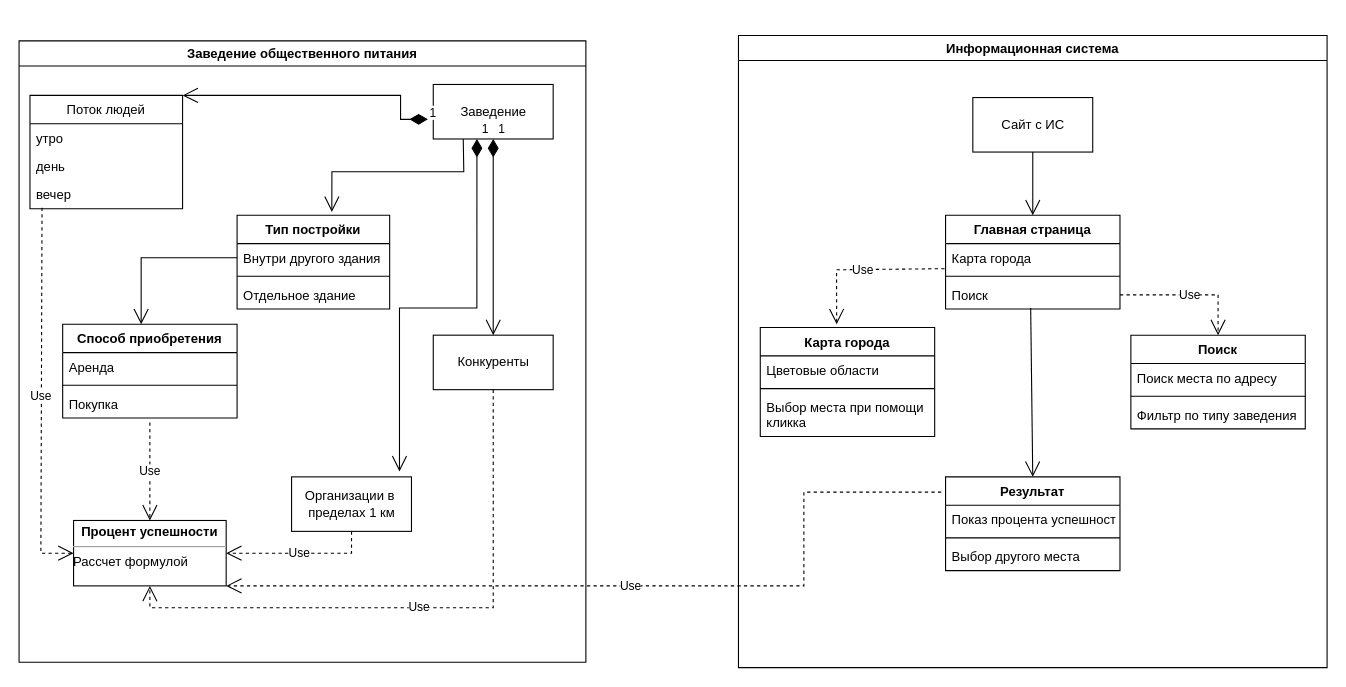
This is Модель предметной области.drawio from elmirhismatov/Diplom, a draw.io file, before an edit. Source tidied: cells renumbered, new cells numbered last; positions are measured from the earlier drawing's top-left corner, leaving out a move shared by most shapes. Both pictures are drawn from the tidied source at 109%, with x=0, y=0 at pixel (19, 35).
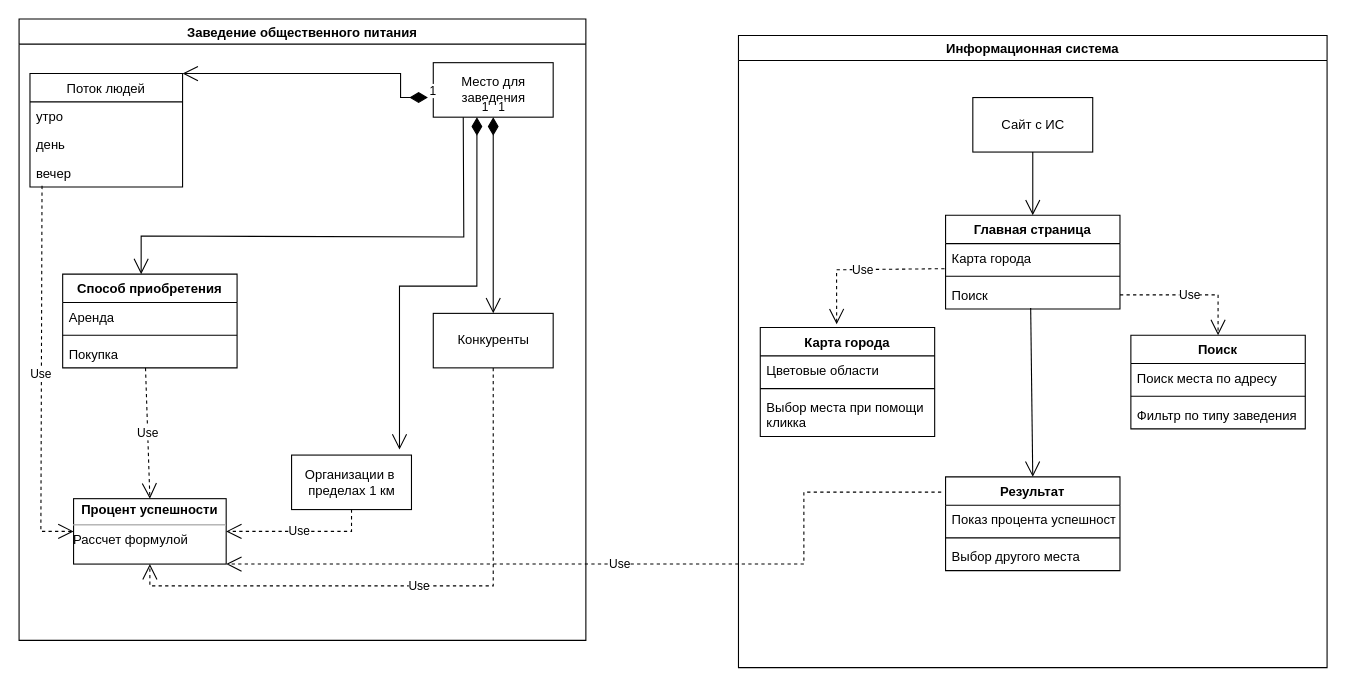
After the change.

The change refers to these unchanged cells:
```xml
<mxCell id="15" value="Покупка" style="text;strokeColor=none;fillColor=none;align=left;verticalAlign=top;spacingLeft=4;spacingRight=4;overflow=hidden;points=[[0,0.5],[1,0.5]];portConstraint=eastwest;" parent="12" vertex="1">
  <mxGeometry y="60" width="160" height="26" as="geometry" />
</mxCell>
<mxCell id="23" value="&lt;p style=&quot;margin:0px;margin-top:4px;text-align:center;&quot;&gt;&lt;b&gt;Процент успешности&lt;/b&gt;&lt;/p&gt;&lt;hr size=&quot;1&quot;&gt;&lt;div style=&quot;height:2px;&quot;&gt;Рассчет формулой&lt;/div&gt;" style="verticalAlign=top;align=left;overflow=fill;fontSize=12;fontFamily=Helvetica;html=1;" parent="2" vertex="1">
  <mxGeometry x="50" y="440" width="140" height="60" as="geometry" />
</mxCell>
<mxCell id="45" value="Результат" style="swimlane;fontStyle=1;align=center;verticalAlign=top;horizontal=1;startSize=26;" parent="28" vertex="1">
  <mxGeometry x="190" y="405" width="160" height="86" as="geometry" />
</mxCell>
```

Change to the diagram source:
```diff
@@
     <mxCell id="2" value="Заведение общественного питания" style="swimlane;fillColor=#FFFFFF;" parent="1" vertex="1">
-      <mxGeometry y="5" width="520" height="570" as="geometry" />
+      <mxGeometry y="-15" width="520" height="570" as="geometry" />
     </mxCell>
-    <mxCell id="3" value="Заведение" style="html=1;" parent="2" vertex="1">
+    <mxCell id="3" value="Место для &lt;br&gt;заведения" style="html=1;" parent="2" vertex="1">
       <mxGeometry x="380" y="40" width="110" height="50" as="geometry" />
     </mxCell>
@@
-    <mxCell id="8" value="Тип постройки" style="swimlane;fontStyle=1;align=center;verticalAlign=top;horizontal=1;startSize=26;" parent="2" vertex="1">
-      <mxGeometry x="200" y="160" width="140" height="86" as="geometry" />
-    </mxCell>
-    <mxCell id="9" value="Внутри другого здания" style="text;strokeColor=none;fillColor=none;align=left;verticalAlign=top;spacingLeft=4;spacingRight=4;overflow=hidden;points=[[0,0.5],[1,0.5]];portConstraint=eastwest;" parent="8" vertex="1">
-      <mxGeometry y="26" width="140" height="26" as="geometry" />
-    </mxCell>
-    <mxCell id="10" style="line;strokeWidth=1;fillColor=none;align=left;verticalAlign=middle;spacingTop=-1;spacingLeft=3;spacingRight=3;labelPosition=right;strokeColor=inherit;" parent="8" vertex="1">
-      <mxGeometry y="52" width="140" height="8" as="geometry" />
-    </mxCell>
-    <mxCell id="11" value="Отдельное здание" style="text;strokeColor=none;fillColor=none;align=left;verticalAlign=top;spacingLeft=4;spacingRight=4;overflow=hidden;" parent="8" vertex="1">
-      <mxGeometry y="60" width="140" height="26" as="geometry" />
-    </mxCell>
     <mxCell id="12" value="Способ приобретения" style="swimlane;fontStyle=1;align=center;verticalAlign=top;horizontal=1;startSize=26;" parent="2" vertex="1">
-      <mxGeometry x="40" y="260" width="160" height="86" as="geometry" />
+      <mxGeometry x="40" y="234" width="160" height="86" as="geometry" />
     </mxCell>
@@
-    <mxCell id="16" style="endArrow=open;endFill=1;endSize=12;html=1;rounded=0;exitX=0;exitY=0.5;exitDx=0;exitDy=0;entryX=0.45;entryY=0;entryDx=0;entryDy=0;entryPerimeter=0;" parent="2" edge="1" source="9" target="12">
+    <mxCell id="16" style="endArrow=open;endFill=1;endSize=12;html=1;rounded=0;exitX=0.25;exitY=1;exitDx=0;exitDy=0;entryX=0.45;entryY=0;entryDx=0;entryDy=0;entryPerimeter=0;" parent="2" edge="1" source="3" target="12">
       <mxGeometry relative="1" as="geometry">
         <Array as="points">
+          <mxPoint x="408" y="200" />
           <mxPoint x="112" y="199" />
         </Array>
       </mxGeometry>
     </mxCell>
@@
-    <mxCell id="18" style="endArrow=open;endFill=1;endSize=12;html=1;rounded=0;exitX=0.25;exitY=1;exitDx=0;exitDy=0;entryX=0.621;entryY=-0.035;entryDx=0;entryDy=0;entryPerimeter=0;" parent="2" edge="1" source="3" target="8">
-      <mxGeometry relative="1" as="geometry">
-        <Array as="points">
-          <mxPoint x="408" y="120" />
-          <mxPoint x="287" y="120" />
-        </Array>
-      </mxGeometry>
-    </mxCell>
@@
-    <mxCell id="26" value="Use" style="endArrow=open;endSize=12;dashed=1;html=1;rounded=0;entryX=0.5;entryY=0;entryDx=0;entryDy=0;" parent="2" edge="1" target="23">
-      <mxGeometry relative="1" as="geometry">
-        <mxPoint x="120" y="350" as="sourcePoint" />
-      </mxGeometry>
+    <mxCell id="26" value="Use" style="endArrow=open;endSize=12;dashed=1;html=1;rounded=0;entryX=0.5;entryY=0;entryDx=0;entryDy=0;exitX=0.475;exitY=1;exitDx=0;exitDy=0;exitPerimeter=0;" parent="2" edge="1" source="15" target="23">
+      <mxGeometry relative="1" as="geometry" />
     </mxCell>
@@
     <mxCell id="50" value="Use" style="endArrow=open;endSize=12;dashed=1;html=1;rounded=0;exitX=-0.025;exitY=0.163;exitDx=0;exitDy=0;exitPerimeter=0;entryX=1;entryY=1;entryDx=0;entryDy=0;" parent="1" edge="1" source="45" target="23">
       <mxGeometry relative="1" as="geometry">
         <Array as="points">
           <mxPoint x="720" y="419" />
-          <mxPoint x="720" y="505" />
+          <mxPoint x="720" y="485" />
         </Array>
       </mxGeometry>
     </mxCell>
```
